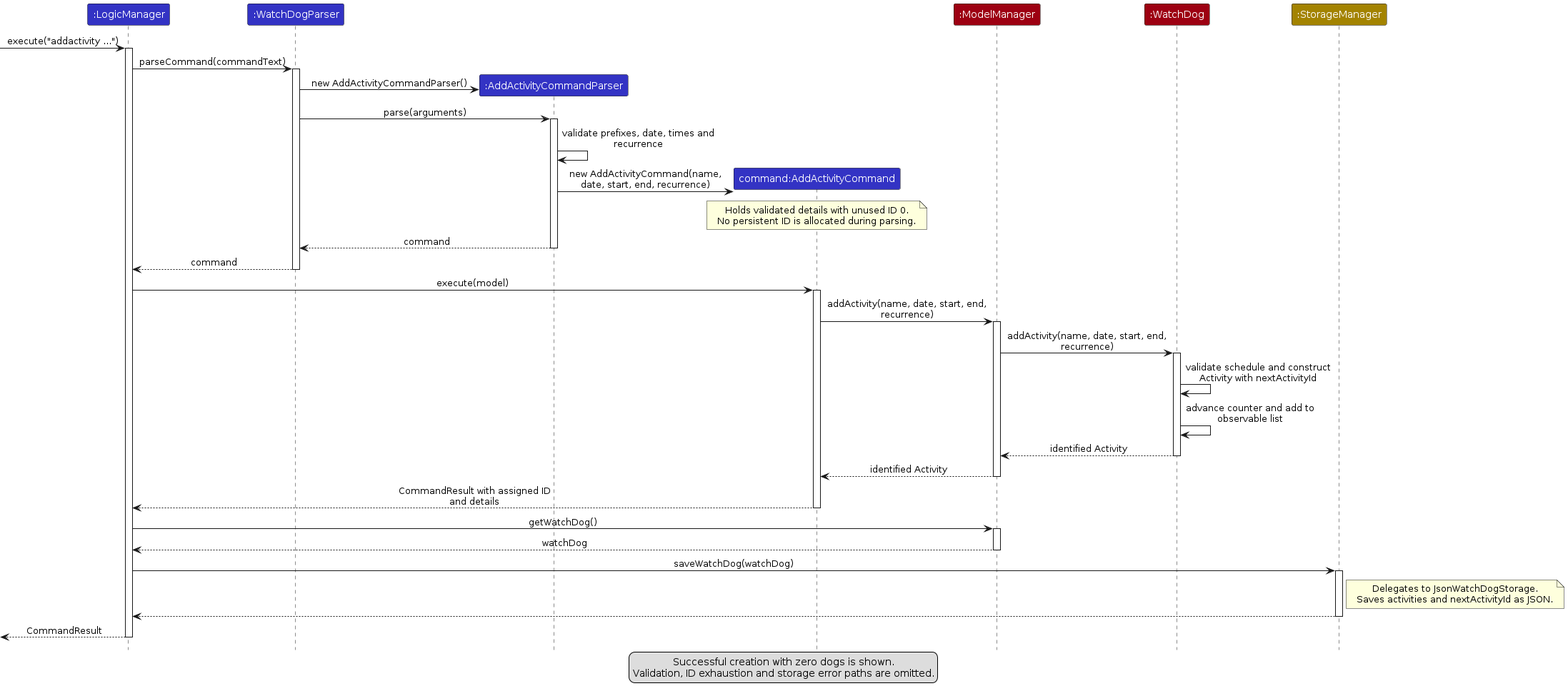
This is diagrams/AddActivitySequenceDiagram.png from AY2627S1-CS2103T-T15-4/tp, a PlantUML export, as it was before one commit. Its source is kept beside it as diagrams/AddActivitySequenceDiagram.puml.
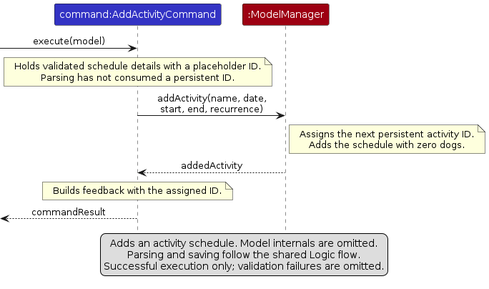
After the commit.

Diff of the diagram source:
```diff
@@ -2,68 +2,30 @@
 !include style.puml
 skinparam ArrowFontStyle plain
 skinparam ParticipantFontColor #FFFFFF
-skinparam maxMessageSize 230
+skinparam maxMessageSize 180
 
-participant ":LogicManager" as Logic LOGIC_COLOR
-participant ":WatchDogParser" as Router LOGIC_COLOR
-participant ":AddActivityCommandParser" as Parser LOGIC_COLOR
 participant "command:AddActivityCommand" as Command LOGIC_COLOR
 participant ":ModelManager" as Model MODEL_COLOR
-participant ":WatchDog" as Book MODEL_COLOR
-participant ":StorageManager" as Storage STORAGE_COLOR
 
-[-> Logic : execute("addactivity ...")
-activate Logic
-Logic -> Router : parseCommand(commandText)
-activate Router
-create Parser
-Router -> Parser : new AddActivityCommandParser()
-Router -> Parser : parse(arguments)
-activate Parser
-Parser -> Parser : validate prefixes, date, times and recurrence
-create Command
-Parser -> Command : new AddActivityCommand(name, date, start, end, recurrence)
+[-> Command : execute(model)
 note over Command
-  Holds validated details with unused ID 0.
-  No persistent ID is allocated during parsing.
+  Holds validated schedule details with a placeholder ID.
+  Parsing has not consumed a persistent ID.
 end note
-Parser --> Router : command
-deactivate Parser
-Router --> Logic : command
-deactivate Router
-
-Logic -> Command : execute(model)
-activate Command
 Command -> Model : addActivity(name, date, start, end, recurrence)
-activate Model
-Model -> Book : addActivity(name, date, start, end, recurrence)
-activate Book
-Book -> Book : validate schedule and construct Activity with nextActivityId
-Book -> Book : advance counter and add to observable list
-Book --> Model : identified Activity
-deactivate Book
-Model --> Command : identified Activity
-deactivate Model
-Command --> Logic : CommandResult with assigned ID and details
-deactivate Command
-
-Logic -> Model : getWatchDog()
-activate Model
-Model --> Logic : watchDog
-deactivate Model
-Logic -> Storage : saveWatchDog(watchDog)
-activate Storage
-note right of Storage
-  Delegates to JsonWatchDogStorage.
-  Saves activities and nextActivityId as JSON.
+note right of Model
+  Assigns the next persistent activity ID.
+  Adds the schedule with zero dogs.
 end note
-Storage --> Logic
-deactivate Storage
-[<-- Logic : CommandResult
-deactivate Logic
+Model --> Command : addedActivity
+note over Command
+  Builds feedback with the assigned ID.
+end note
+[<-- Command : commandResult
 
 legend bottom
-  Successful creation with zero dogs is shown.
-  Validation, ID exhaustion and storage error paths are omitted.
+  Adds an activity schedule. Model internals are omitted.
+  Parsing and saving follow the shared Logic flow.
+  Successful execution only; validation failures are omitted.
 endlegend
 @enduml
```
